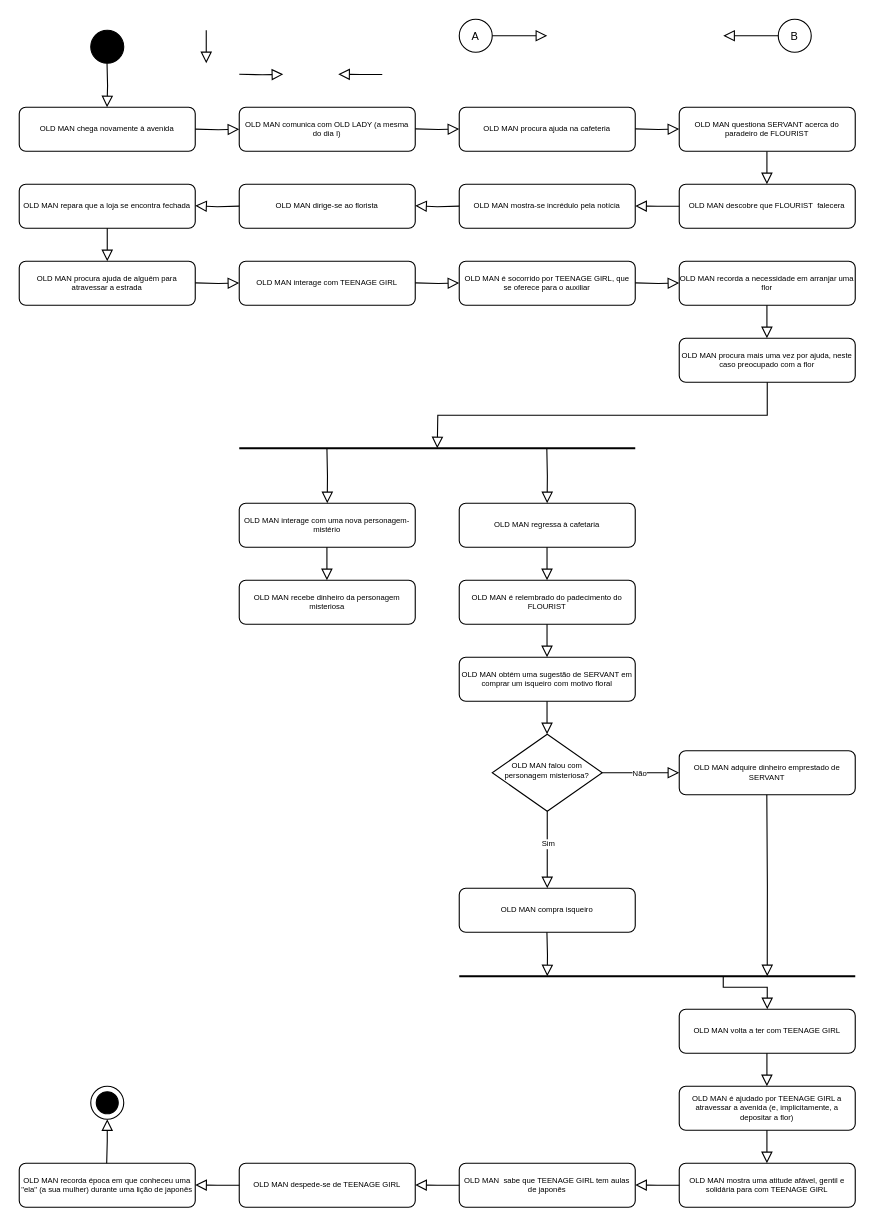
Above: drawio/diagrams/files/diaII.drawio in Anth0nyPereira/onegai (draw.io), before the change. Source tidied: cells renumbered, new cells numbered last; positions are measured from the earlier drawing's top-left corner, leaving out a move shared by most shapes. Both pictures are drawn from the tidied source at 110%, with x=0, y=0 at pixel (19, 19).
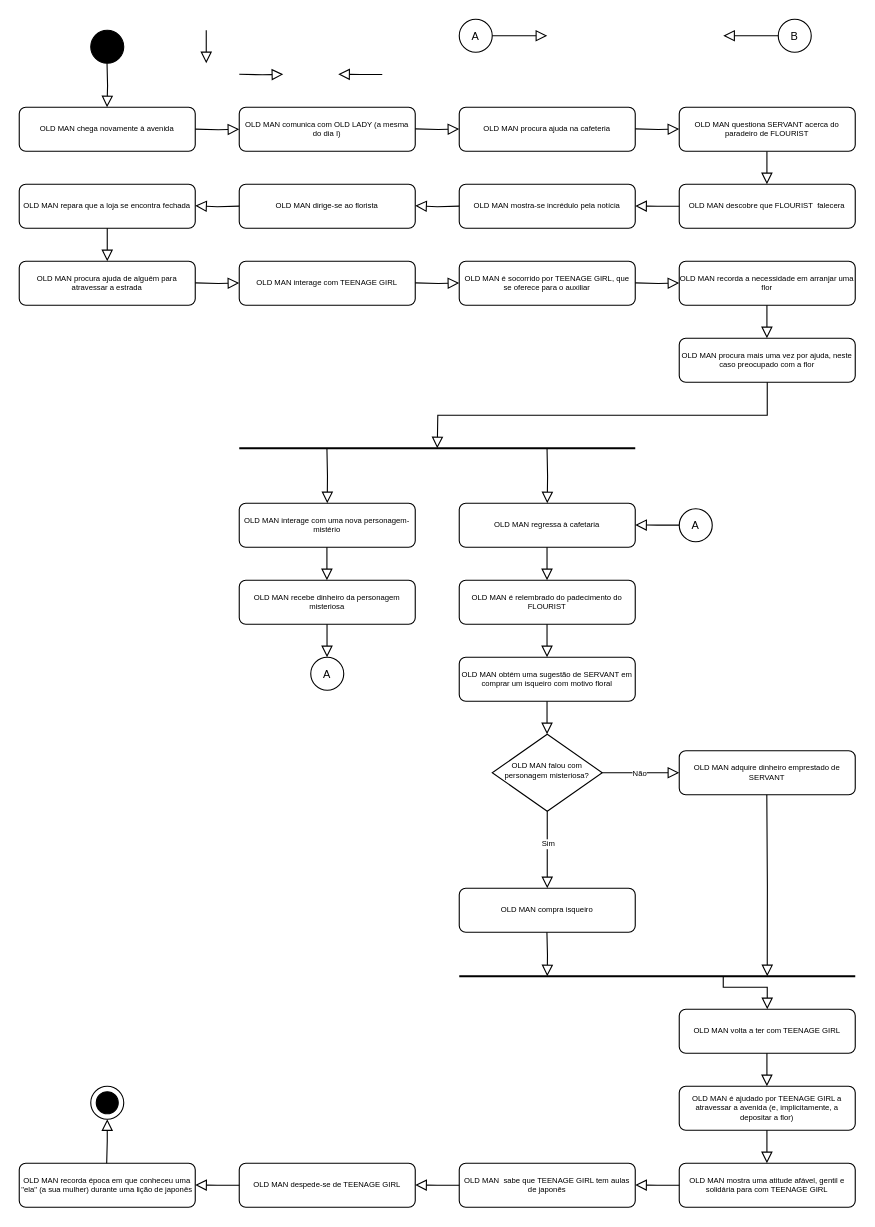
After the change.

Unchanged cells that the change refers to:
```xml
<mxCell id="38" value="OLD MAN regressa à cafetaria" style="rounded=1;whiteSpace=wrap;html=1;fontSize=7;glass=0;strokeWidth=1;shadow=0;" parent="1" vertex="1">
  <mxGeometry x="400" y="440" width="160" height="40" as="geometry" />
</mxCell>
```

The edit, as a diff of the source:
```diff
@@
-    <mxCell id="40" style="rounded=0;html=1;jettySize=auto;orthogonalLoop=1;fontSize=7;endArrow=block;endFill=0;endSize=8;strokeWidth=1;shadow=0;labelBackgroundColor=none;edgeStyle=orthogonalEdgeStyle;entryX=0.5;entryY=0;entryDx=0;entryDy=0;" parent="1" edge="1">
+    <mxCell id="40" style="rounded=0;html=1;jettySize=auto;fontSize=7;endArrow=block;endFill=0;endSize=8;strokeWidth=1;shadow=0;labelBackgroundColor=none;edgeStyle=orthogonalEdgeStyle;entryX=0.5;entryY=0;entryDx=0;entryDy=0;" parent="1" edge="1" target="38">
       <mxGeometry y="20" relative="1" as="geometry">
-        <mxPoint x="479.6" y="390" as="sourcePoint" />
-        <mxPoint x="479.9" y="440" as="targetPoint" />
+        <mxPoint x="479.8" y="390" as="sourcePoint" />
       </mxGeometry>
     </mxCell>
@@
+    <mxCell id="74" value="&lt;font style=&quot;font-size: 10px;&quot;&gt;A&lt;/font&gt;" style="ellipse;whiteSpace=wrap;html=1;fontSize=7;" parent="1" vertex="1">
+      <mxGeometry x="265" y="580" width="30" height="30" as="geometry" />
+    </mxCell>
+    <mxCell id="75" style="rounded=0;html=1;jettySize=auto;orthogonalLoop=1;fontSize=7;endArrow=block;endFill=0;endSize=8;strokeWidth=1;shadow=0;labelBackgroundColor=none;edgeStyle=orthogonalEdgeStyle;exitX=0.5;exitY=1;exitDx=0;exitDy=0;" parent="1" edge="1">
+      <mxGeometry y="20" relative="1" as="geometry">
+        <mxPoint x="279.8" y="550" as="sourcePoint" />
+        <mxPoint x="279.8" y="580" as="targetPoint" />
+      </mxGeometry>
+    </mxCell>
+    <mxCell id="76" value="&lt;font style=&quot;font-size: 10px;&quot;&gt;A&lt;/font&gt;" style="ellipse;whiteSpace=wrap;html=1;fontSize=7;" parent="1" vertex="1">
+      <mxGeometry x="600" y="445" width="30" height="30" as="geometry" />
+    </mxCell>
+    <mxCell id="77" style="rounded=0;html=1;jettySize=auto;orthogonalLoop=1;fontSize=7;endArrow=block;endFill=0;endSize=8;strokeWidth=1;shadow=0;labelBackgroundColor=none;edgeStyle=orthogonalEdgeStyle;exitX=0;exitY=0.5;exitDx=0;exitDy=0;" parent="1" edge="1">
+      <mxGeometry y="20" relative="1" as="geometry">
+        <mxPoint x="600" y="459.9" as="sourcePoint" />
+        <mxPoint x="560" y="459.7" as="targetPoint" />
+        <Array as="points">
+          <mxPoint x="580" y="459.7" />
+        </Array>
+      </mxGeometry>
+    </mxCell>
```
